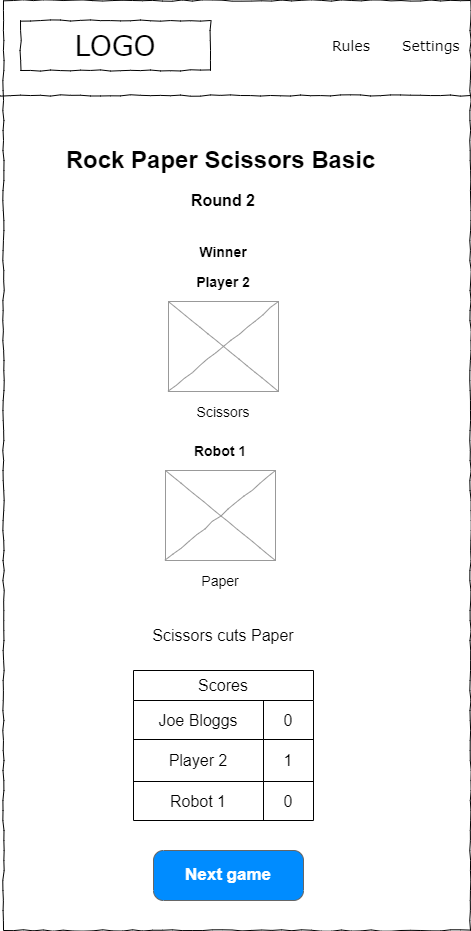
ibuttimer/rock-paper-scissors-xtreme keeps this draw.io diagram as design/img/rps-xtreme-game-result-small.drawio.png. Above is the earlier version. Source tidied: cells renumbered, new cells last; positions are measured from the earlier drawing's top-left corner, leaving out a move shared by most shapes. Source of this version:
```xml
<mxGraphModel>
  <root>
    <mxCell id="0" />
    <mxCell id="1" parent="0" />
    <mxCell id="2" style="whiteSpace=wrap;html=1;rounded=0;shadow=0;labelBackgroundColor=none;strokeColor=#000000;strokeWidth=1;fillColor=none;fontFamily=Verdana;fontSize=12;fontColor=#000000;align=center;comic=1;" parent="1" vertex="1">
      <mxGeometry x="3" width="467" height="930" as="geometry" />
    </mxCell>
    <mxCell id="3" value="LOGO" style="whiteSpace=wrap;html=1;rounded=0;shadow=0;labelBackgroundColor=none;strokeWidth=1;fontFamily=Verdana;fontSize=28;align=center;comic=1;" parent="1" vertex="1">
      <mxGeometry x="20" y="20" width="190" height="50" as="geometry" />
    </mxCell>
    <mxCell id="4" value="Rules" style="text;html=1;align=left;verticalAlign=top;spacingTop=-4;fontSize=14;fontFamily=Verdana;" parent="1" vertex="1">
      <mxGeometry x="330" y="35" width="60" height="20" as="geometry" />
    </mxCell>
    <mxCell id="5" value="Settings" style="text;html=1;align=left;verticalAlign=top;spacingTop=-4;fontSize=14;fontFamily=Verdana;" parent="1" vertex="1">
      <mxGeometry x="400" y="35" width="60" height="20" as="geometry" />
    </mxCell>
    <mxCell id="6" style="line;strokeWidth=1;html=1;rounded=0;shadow=0;labelBackgroundColor=none;fillColor=none;fontFamily=Verdana;fontSize=14;fontColor=#000000;align=center;comic=1;" parent="1" vertex="1">
      <mxGeometry y="90" width="470" height="10" as="geometry" />
    </mxCell>
    <mxCell id="7" value="Rock Paper Scissors Basic" style="text;strokeColor=none;fillColor=none;html=1;fontSize=24;fontStyle=1;verticalAlign=middle;align=center;" parent="1" vertex="1">
      <mxGeometry x="170" y="140" width="100" height="40" as="geometry" />
    </mxCell>
    <object id="8" label="&lt;b style=&quot;&quot;&gt;&lt;font style=&quot;font-size: 16px;&quot;&gt;Round 2&lt;/font&gt;&lt;/b&gt;" name="Variable" placeholders="1">
      <mxCell style="text;html=1;strokeColor=none;fillColor=none;align=center;verticalAlign=middle;whiteSpace=wrap;overflow=hidden;" parent="1" vertex="1">
        <mxGeometry x="143" y="180" width="160" height="40" as="geometry" />
      </mxCell>
    </object>
    <mxCell id="9" value="Scores" style="shape=table;html=1;whiteSpace=wrap;startSize=30;fontSize=16;" parent="1" vertex="1">
      <mxGeometry x="133" y="670" width="180" height="150" as="geometry" />
    </mxCell>
    <mxCell id="10" style="shape=tableRow;horizontal=0;startSize=0;swimlaneHead=0;swimlaneBody=0;top=0;left=0;bottom=0;right=0;fillColor=none;fontSize=16;" parent="9" vertex="1">
      <mxGeometry y="30" width="180" height="39" as="geometry" />
    </mxCell>
    <mxCell id="11" value="Joe Bloggs" style="shape=partialRectangle;html=1;whiteSpace=wrap;fillColor=none;top=0;left=0;bottom=0;right=0;overflow=hidden;fontSize=16;" parent="10" vertex="1">
      <mxGeometry width="130" height="39" as="geometry" />
    </mxCell>
    <mxCell id="12" value="0" style="shape=partialRectangle;html=1;whiteSpace=wrap;fillColor=none;top=0;left=0;bottom=0;right=0;overflow=hidden;fontSize=16;" parent="10" vertex="1">
      <mxGeometry x="130" width="50" height="39" as="geometry" />
    </mxCell>
    <mxCell id="13" style="shape=tableRow;horizontal=0;startSize=0;swimlaneHead=0;swimlaneBody=0;top=0;left=0;bottom=0;right=0;fillColor=none;fontSize=16;" parent="9" vertex="1">
      <mxGeometry y="69" width="180" height="42" as="geometry" />
    </mxCell>
    <mxCell id="14" value="Player 2" style="shape=partialRectangle;html=1;whiteSpace=wrap;fillColor=none;top=0;left=0;bottom=0;right=0;overflow=hidden;fontSize=16;" parent="13" vertex="1">
      <mxGeometry width="130" height="42" as="geometry" />
    </mxCell>
    <mxCell id="15" value="1" style="shape=partialRectangle;html=1;whiteSpace=wrap;fillColor=none;top=0;left=0;bottom=0;right=0;overflow=hidden;fontSize=16;" parent="13" vertex="1">
      <mxGeometry x="130" width="50" height="42" as="geometry" />
    </mxCell>
    <mxCell id="16" style="shape=tableRow;horizontal=0;startSize=0;swimlaneHead=0;swimlaneBody=0;top=0;left=0;bottom=0;right=0;fillColor=none;fontSize=16;" parent="9" vertex="1">
      <mxGeometry y="111" width="180" height="39" as="geometry" />
    </mxCell>
    <mxCell id="17" value="Robot 1" style="shape=partialRectangle;html=1;whiteSpace=wrap;fillColor=none;top=0;left=0;bottom=0;right=0;overflow=hidden;fontSize=16;" parent="16" vertex="1">
      <mxGeometry width="130" height="39" as="geometry" />
    </mxCell>
    <mxCell id="18" value="0" style="shape=partialRectangle;html=1;whiteSpace=wrap;fillColor=none;top=0;left=0;bottom=0;right=0;overflow=hidden;fontSize=16;" parent="16" vertex="1">
      <mxGeometry x="130" width="50" height="39" as="geometry" />
    </mxCell>
    <mxCell id="19" style="verticalLabelPosition=bottom;shadow=0;dashed=0;align=center;html=1;verticalAlign=top;strokeWidth=1;shape=mxgraph.mockup.graphics.simpleIcon;strokeColor=#999999;rounded=0;labelBackgroundColor=none;fontFamily=Verdana;fontSize=14;fontColor=#000000;comic=1;" parent="1" vertex="1">
      <mxGeometry x="168" y="301" width="110" height="90" as="geometry" />
    </mxCell>
    <object id="20" label="&lt;font style=&quot;font-size: 14px;&quot;&gt;Scissors&lt;/font&gt;" name="Variable" placeholders="1">
      <mxCell style="text;html=1;strokeColor=none;fillColor=none;align=center;verticalAlign=middle;whiteSpace=wrap;overflow=hidden;" parent="1" vertex="1">
        <mxGeometry x="183" y="401" width="80" height="20" as="geometry" />
      </mxCell>
    </object>
    <object id="21" label="&lt;span style=&quot;font-size: 16px;&quot;&gt;&lt;b style=&quot;font-size: 14px;&quot;&gt;Player 2&lt;/b&gt;&lt;/span&gt;" name="Variable" placeholders="1">
      <mxCell style="text;html=1;strokeColor=none;fillColor=none;align=center;verticalAlign=middle;whiteSpace=wrap;overflow=hidden;" parent="1" vertex="1">
        <mxGeometry x="143" y="261" width="160" height="40" as="geometry" />
      </mxCell>
    </object>
    <mxCell id="22" value="Scissors cuts Paper" style="text;html=1;strokeColor=none;fillColor=none;align=center;verticalAlign=middle;whiteSpace=wrap;rounded=0;fontSize=16;" parent="1" vertex="1">
      <mxGeometry x="143" y="620" width="160" height="30" as="geometry" />
    </mxCell>
    <mxCell id="23" style="verticalLabelPosition=bottom;shadow=0;dashed=0;align=center;html=1;verticalAlign=top;strokeWidth=1;shape=mxgraph.mockup.graphics.simpleIcon;strokeColor=#999999;rounded=0;labelBackgroundColor=none;fontFamily=Verdana;fontSize=14;fontColor=#000000;comic=1;" parent="1" vertex="1">
      <mxGeometry x="165" y="470" width="110" height="90" as="geometry" />
    </mxCell>
    <object id="24" label="&lt;font style=&quot;font-size: 14px;&quot;&gt;Paper&lt;/font&gt;" name="Variable" placeholders="1">
      <mxCell style="text;html=1;strokeColor=none;fillColor=none;align=center;verticalAlign=middle;whiteSpace=wrap;overflow=hidden;" parent="1" vertex="1">
        <mxGeometry x="180" y="570" width="80" height="20" as="geometry" />
      </mxCell>
    </object>
    <object id="25" label="&lt;span style=&quot;font-size: 16px;&quot;&gt;&lt;b style=&quot;font-size: 14px;&quot;&gt;Robot 1&lt;/b&gt;&lt;/span&gt;" name="Variable" placeholders="1">
      <mxCell style="text;html=1;strokeColor=none;fillColor=none;align=center;verticalAlign=middle;whiteSpace=wrap;overflow=hidden;" parent="1" vertex="1">
        <mxGeometry x="140" y="430" width="160" height="40" as="geometry" />
      </mxCell>
    </object>
    <mxCell id="26" value="Next game" style="strokeWidth=1;shadow=0;dashed=0;align=center;html=1;shape=mxgraph.mockup.buttons.button;strokeColor=#666666;fontColor=#ffffff;mainText=;buttonStyle=round;fontSize=17;fontStyle=1;fillColor=#008cff;whiteSpace=wrap;" parent="1" vertex="1">
      <mxGeometry x="153" y="850" width="150" height="50" as="geometry" />
    </mxCell>
    <object id="27" label="&lt;span style=&quot;font-size: 16px;&quot;&gt;&lt;b style=&quot;font-size: 14px;&quot;&gt;Winner&lt;/b&gt;&lt;/span&gt;" name="Variable" placeholders="1">
      <mxCell style="text;html=1;strokeColor=none;fillColor=none;align=center;verticalAlign=middle;whiteSpace=wrap;overflow=hidden;" parent="1" vertex="1">
        <mxGeometry x="143" y="231" width="160" height="40" as="geometry" />
      </mxCell>
    </object>
  </root>
</mxGraphModel>
```
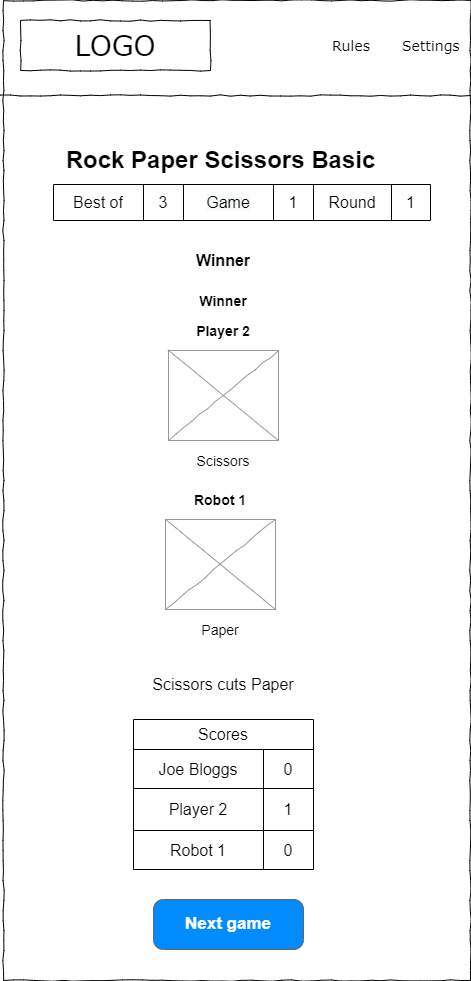
After the commit.

The edit, as a diff of the source:
```diff
@@ -3,28 +3,23 @@
     <mxCell id="0" />
     <mxCell id="1" parent="0" />
     <mxCell id="2" style="whiteSpace=wrap;html=1;rounded=0;shadow=0;labelBackgroundColor=none;strokeColor=#000000;strokeWidth=1;fillColor=none;fontFamily=Verdana;fontSize=12;fontColor=#000000;align=center;comic=1;" parent="1" vertex="1">
-      <mxGeometry x="3" width="467" height="930" as="geometry" />
+      <mxGeometry x="3" y="-49" width="467" height="980" as="geometry" />
     </mxCell>
     <mxCell id="3" value="LOGO" style="whiteSpace=wrap;html=1;rounded=0;shadow=0;labelBackgroundColor=none;strokeWidth=1;fontFamily=Verdana;fontSize=28;align=center;comic=1;" parent="1" vertex="1">
-      <mxGeometry x="20" y="20" width="190" height="50" as="geometry" />
+      <mxGeometry x="20" y="-29" width="190" height="50" as="geometry" />
     </mxCell>
     <mxCell id="4" value="Rules" style="text;html=1;align=left;verticalAlign=top;spacingTop=-4;fontSize=14;fontFamily=Verdana;" parent="1" vertex="1">
-      <mxGeometry x="330" y="35" width="60" height="20" as="geometry" />
+      <mxGeometry x="330" y="-14" width="60" height="20" as="geometry" />
     </mxCell>
     <mxCell id="5" value="Settings" style="text;html=1;align=left;verticalAlign=top;spacingTop=-4;fontSize=14;fontFamily=Verdana;" parent="1" vertex="1">
-      <mxGeometry x="400" y="35" width="60" height="20" as="geometry" />
+      <mxGeometry x="400" y="-14" width="60" height="20" as="geometry" />
     </mxCell>
     <mxCell id="6" style="line;strokeWidth=1;html=1;rounded=0;shadow=0;labelBackgroundColor=none;fillColor=none;fontFamily=Verdana;fontSize=14;fontColor=#000000;align=center;comic=1;" parent="1" vertex="1">
-      <mxGeometry y="90" width="470" height="10" as="geometry" />
+      <mxGeometry y="41" width="470" height="10" as="geometry" />
     </mxCell>
     <mxCell id="7" value="Rock Paper Scissors Basic" style="text;strokeColor=none;fillColor=none;html=1;fontSize=24;fontStyle=1;verticalAlign=middle;align=center;" parent="1" vertex="1">
-      <mxGeometry x="170" y="140" width="100" height="40" as="geometry" />
+      <mxGeometry x="170" y="91" width="100" height="40" as="geometry" />
     </mxCell>
-    <object id="8" label="&lt;b style=&quot;&quot;&gt;&lt;font style=&quot;font-size: 16px;&quot;&gt;Round 2&lt;/font&gt;&lt;/b&gt;" name="Variable" placeholders="1">
-      <mxCell style="text;html=1;strokeColor=none;fillColor=none;align=center;verticalAlign=middle;whiteSpace=wrap;overflow=hidden;" parent="1" vertex="1">
-        <mxGeometry x="143" y="180" width="160" height="40" as="geometry" />
-      </mxCell>
-    </object>
     <mxCell id="9" value="Scores" style="shape=table;html=1;whiteSpace=wrap;startSize=30;fontSize=16;" parent="1" vertex="1">
       <mxGeometry x="133" y="670" width="180" height="150" as="geometry" />
     </mxCell>
@@ -92,5 +87,34 @@
         <mxGeometry x="143" y="231" width="160" height="40" as="geometry" />
       </mxCell>
     </object>
+    <mxCell id="28" style="shape=table;html=1;whiteSpace=wrap;startSize=0;fontSize=16;" parent="1" vertex="1">
+      <mxGeometry x="53" y="135" width="377" height="36" as="geometry" />
+    </mxCell>
+    <mxCell id="29" style="shape=tableRow;horizontal=0;startSize=0;swimlaneHead=0;swimlaneBody=0;top=0;left=0;bottom=0;right=0;fillColor=none;fontSize=16;" parent="28" vertex="1">
+      <mxGeometry width="377" height="36" as="geometry" />
+    </mxCell>
+    <mxCell id="30" value="Best of" style="shape=partialRectangle;html=1;whiteSpace=wrap;fillColor=none;top=0;left=0;bottom=0;right=0;overflow=hidden;fontSize=16;" parent="29" vertex="1">
+      <mxGeometry width="90" height="36" as="geometry" />
+    </mxCell>
+    <mxCell id="31" value="3" style="shape=partialRectangle;html=1;whiteSpace=wrap;fillColor=none;top=0;left=0;bottom=0;right=0;overflow=hidden;fontSize=16;" parent="29" vertex="1">
+      <mxGeometry x="90" width="40" height="36" as="geometry" />
+    </mxCell>
+    <mxCell id="32" value="&lt;span style=&quot;color: rgb(0, 0, 0); font-family: Helvetica; font-size: 16px; font-style: normal; font-variant-ligatures: normal; font-variant-caps: normal; font-weight: 400; letter-spacing: normal; orphans: 2; text-align: center; text-indent: 0px; text-transform: none; widows: 2; word-spacing: 0px; -webkit-text-stroke-width: 0px; background-color: rgb(248, 249, 250); text-decoration-thickness: initial; text-decoration-style: initial; text-decoration-color: initial; float: none; display: inline !important;&quot;&gt;Game&lt;/span&gt;" style="shape=partialRectangle;html=1;whiteSpace=wrap;fillColor=none;top=0;left=0;bottom=0;right=0;overflow=hidden;fontSize=16;" parent="29" vertex="1">
+      <mxGeometry x="130" width="90" height="36" as="geometry" />
+    </mxCell>
+    <mxCell id="33" value="1" style="shape=partialRectangle;html=1;whiteSpace=wrap;fillColor=none;top=0;left=0;bottom=0;right=0;overflow=hidden;fontSize=16;" parent="29" vertex="1">
+      <mxGeometry x="220" width="40" height="36" as="geometry" />
+    </mxCell>
+    <mxCell id="34" value="Round" style="shape=partialRectangle;html=1;whiteSpace=wrap;fillColor=none;top=0;left=0;bottom=0;right=0;overflow=hidden;fontSize=16;" parent="29" vertex="1">
+      <mxGeometry x="260" width="78" height="36" as="geometry" />
+    </mxCell>
+    <mxCell id="35" value="1" style="shape=partialRectangle;html=1;whiteSpace=wrap;fillColor=none;top=0;left=0;bottom=0;right=0;overflow=hidden;fontSize=16;" parent="29" vertex="1">
+      <mxGeometry x="338" width="39" height="36" as="geometry" />
+    </mxCell>
+    <object id="36" label="&lt;b style=&quot;&quot;&gt;&lt;font style=&quot;font-size: 16px;&quot;&gt;Winner&lt;/font&gt;&lt;/b&gt;" name="Variable" placeholders="1">
+      <mxCell style="text;html=1;strokeColor=none;fillColor=none;align=center;verticalAlign=middle;whiteSpace=wrap;overflow=hidden;" parent="1" vertex="1">
+        <mxGeometry x="63" y="191" width="320" height="40" as="geometry" />
+      </mxCell>
+    </object>
   </root>
 </mxGraphModel>
```
